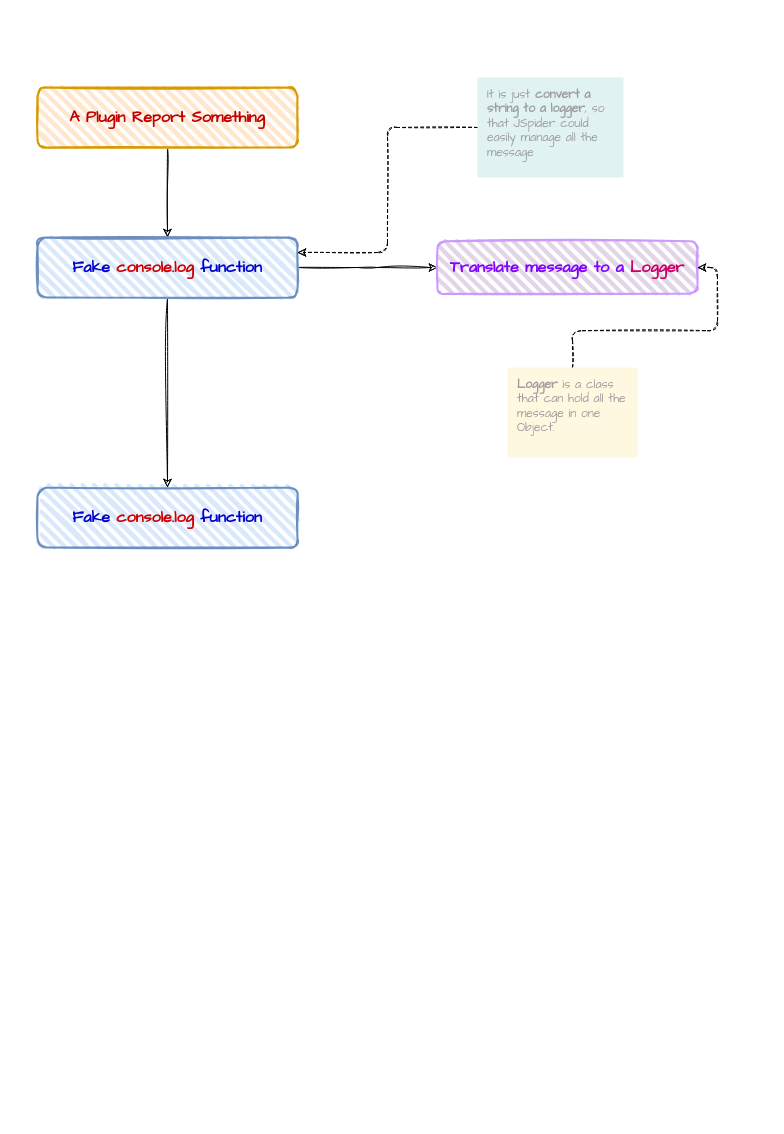
Earlier version of the draw.io diagram src/core/MessageSystem/MessageSystem.drawio (KonghaYao/jspider). Source tidied: cells renumbered, new cells numbered last; positions are measured from the earlier drawing's top-left corner, leaving out a move shared by most shapes. Both pictures are drawn from the tidied source at 100%, with x=0, y=0 at pixel (37, 77).
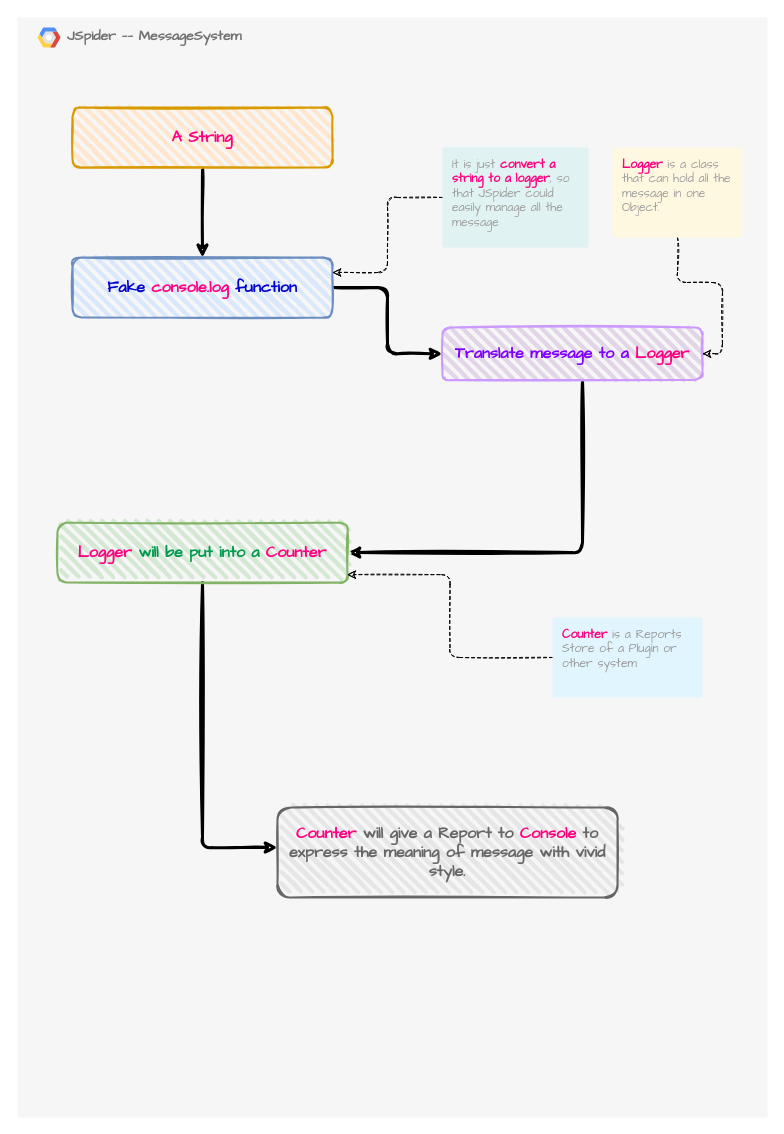
After the change.

Diff of the diagram source:
```diff
@@
+    <mxCell id="13" parent="0" />
+    <mxCell id="14" value="&lt;b&gt;JSpider —— MessageSystem&lt;/b&gt;" style="fillColor=#F6F6F6;strokeColor=none;shadow=0;gradientColor=none;fontSize=14;align=left;spacing=10;fontColor=#717171;9E9E9E;verticalAlign=top;spacingTop=-4;fontStyle=0;spacingLeft=40;html=1;fontFamily=Comic Sans MS;" parent="13" vertex="1">
+      <mxGeometry x="-20" y="-60" width="750" height="1100" as="geometry" />
+    </mxCell>
+    <mxCell id="15" style="shape=mxgraph.gcp2.google_cloud_platform;fillColor=#F6F6F6;strokeColor=none;shadow=0;gradientColor=none;" parent="14" vertex="1">
+      <mxGeometry width="23" height="20" relative="1" as="geometry">
+        <mxPoint x="20" y="10" as="offset" />
+      </mxGeometry>
+    </mxCell>
@@
-    <mxCell id="2" style="edgeStyle=orthogonalEdgeStyle;jettySize=auto;html=1;fontFamily=Comic Sans MS;fontSize=16;fontColor=#0000CC;rounded=1;sketch=1;" parent="1" edge="1" source="3" target="6">
+    <mxCell id="2" style="edgeStyle=orthogonalEdgeStyle;jettySize=auto;html=1;fontFamily=Comic Sans MS;fontSize=20;fontColor=#0000CC;rounded=1;sketch=1;fontStyle=0;strokeWidth=3;" parent="1" edge="1" source="3" target="6">
       <mxGeometry relative="1" as="geometry" />
     </mxCell>
-    <mxCell id="3" value="A Plugin Report Something" style="rounded=1;whiteSpace=wrap;html=1;strokeWidth=2;fillWeight=4;hachureGap=8;hachureAngle=45;fillColor=#ffe6cc;sketch=1;fontFamily=Comic Sans MS;fontStyle=1;fontSize=16;strokeColor=#d79b00;fontColor=#BF0000;spacingTop=0;" parent="1" vertex="1">
-      <mxGeometry y="10" width="260" height="60" as="geometry" />
+    <mxCell id="3" value="A String" style="rounded=1;whiteSpace=wrap;html=1;strokeWidth=2;fillWeight=4;hachureGap=8;hachureAngle=45;fillColor=#ffe6cc;sketch=1;fontFamily=Comic Sans MS;fontStyle=1;fontSize=16;strokeColor=#d79b00;spacingTop=0;fontColor=#FF0080;" parent="1" vertex="1">
+      <mxGeometry x="35" y="30" width="260" height="60" as="geometry" />
     </mxCell>
-    <mxCell id="4" style="edgeStyle=orthogonalEdgeStyle;jettySize=auto;html=1;fontFamily=Comic Sans MS;fontSize=16;fontColor=#CC00CC;entryX=0;entryY=0.5;entryDx=0;entryDy=0;rounded=1;sketch=1;" parent="1" edge="1" source="6" target="7">
+    <mxCell id="4" style="edgeStyle=orthogonalEdgeStyle;jettySize=auto;html=1;fontFamily=Comic Sans MS;fontSize=20;fontColor=#CC00CC;entryX=0;entryY=0.5;entryDx=0;entryDy=0;rounded=1;sketch=1;fontStyle=0;strokeWidth=3;" parent="1" edge="1" source="6" target="7">
       <mxGeometry relative="1" as="geometry" />
     </mxCell>
-    <mxCell id="5" style="edgeStyle=orthogonalEdgeStyle;rounded=1;sketch=1;jettySize=auto;html=1;fontFamily=Comic Sans MS;fontSize=16;fontColor=#CC0066;" parent="1" edge="1" source="6" target="12">
-      <mxGeometry relative="1" as="geometry" />
-    </mxCell>
-    <mxCell id="6" value="Fake&lt;font color=&quot;#cc0000&quot;&gt; console.log &lt;/font&gt;function" style="rounded=1;whiteSpace=wrap;html=1;strokeWidth=2;fillWeight=4;hachureGap=8;hachureAngle=45;fillColor=#dae8fc;sketch=1;fontFamily=Comic Sans MS;fontStyle=1;fontSize=16;strokeColor=#6c8ebf;fontColor=#0000CC;" parent="1" vertex="1">
-      <mxGeometry y="160" width="260" height="60" as="geometry" />
+    <mxCell id="6" value="Fake&lt;font color=&quot;#cc0000&quot;&gt; &lt;/font&gt;&lt;font color=&quot;#ff0080&quot;&gt;console.log&lt;/font&gt;&lt;font color=&quot;#cc0000&quot;&gt; &lt;/font&gt;function" style="rounded=1;whiteSpace=wrap;html=1;strokeWidth=2;fillWeight=4;hachureGap=8;hachureAngle=45;fillColor=#dae8fc;sketch=1;fontFamily=Comic Sans MS;fontStyle=1;fontSize=16;strokeColor=#6c8ebf;fontColor=#0000CC;" parent="1" vertex="1">
+      <mxGeometry x="35" y="180" width="260" height="60" as="geometry" />
     </mxCell>
+    <mxCell id="16" style="edgeStyle=orthogonalEdgeStyle;rounded=1;jettySize=auto;html=1;entryX=1;entryY=0.5;entryDx=0;entryDy=0;sketch=1;jumpStyle=arc;fontSize=20;fontStyle=0;strokeWidth=3;" parent="1" edge="1" source="7" target="12">
+      <mxGeometry relative="1" as="geometry">
+        <Array as="points">
+          <mxPoint x="545" y="475" />
+        </Array>
+      </mxGeometry>
+    </mxCell>
-    <mxCell id="7" value="Translate message to a &lt;font color=&quot;#cc0066&quot;&gt;Logger&lt;/font&gt;" style="rounded=1;whiteSpace=wrap;html=1;strokeWidth=2;fillWeight=4;hachureGap=8;hachureAngle=45;fillColor=#e1d5e7;sketch=1;fontFamily=Comic Sans MS;fontStyle=1;fontSize=16;strokeColor=#CC99FF;fontColor=#7F00FF;" parent="1" vertex="1">
-      <mxGeometry x="400" y="163.8" width="260" height="52.5" as="geometry" />
+    <mxCell id="7" value="Translate message to a &lt;font color=&quot;#ff0080&quot;&gt;Logger&lt;/font&gt;" style="rounded=1;whiteSpace=wrap;html=1;strokeWidth=2;fillWeight=4;hachureGap=8;hachureAngle=45;fillColor=#e1d5e7;sketch=1;fontFamily=Comic Sans MS;fontStyle=1;fontSize=16;strokeColor=#CC99FF;fontColor=#7F00FF;" parent="1" vertex="1">
+      <mxGeometry x="405" y="250" width="260" height="52.5" as="geometry" />
     </mxCell>
@@
-    <mxCell id="9" value="It is just &lt;b&gt;convert a string to a logger&lt;/b&gt;, so that JSpider could easily manage all the message" style="points=[[0,0,0],[0.25,0,0],[0.5,0,0],[0.75,0,0],[1,0,0],[1,0.25,0],[1,0.5,0],[1,0.75,0],[1,1,0],[0.75,1,0],[0.5,1,0],[0.25,1,0],[0,1,0],[0,0.75,0],[0,0.5,0],[0,0.25,0]];rounded=1;absoluteArcSize=1;arcSize=2;html=1;strokeColor=none;gradientColor=none;shadow=0;dashed=0;fontSize=12;fontColor=#9E9E9E;align=left;verticalAlign=top;spacing=10;spacingTop=-4;fillColor=#E0F2F1;fontFamily=Comic Sans MS;whiteSpace=wrap;" parent="1" vertex="1">
-      <mxGeometry x="440" width="146" height="100" as="geometry" />
+    <mxCell id="9" value="It is just &lt;b&gt;&lt;font color=&quot;#ff0080&quot;&gt;convert a string to a logger&lt;/font&gt;&lt;/b&gt;, so that JSpider could easily manage all the message" style="points=[[0,0,0],[0.25,0,0],[0.5,0,0],[0.75,0,0],[1,0,0],[1,0.25,0],[1,0.5,0],[1,0.75,0],[1,1,0],[0.75,1,0],[0.5,1,0],[0.25,1,0],[0,1,0],[0,0.75,0],[0,0.5,0],[0,0.25,0]];rounded=1;absoluteArcSize=1;arcSize=2;html=1;strokeColor=none;gradientColor=none;shadow=0;dashed=0;fontSize=12;fontColor=#9E9E9E;align=left;verticalAlign=top;spacing=10;spacingTop=-4;fillColor=#E0F2F1;fontFamily=Comic Sans MS;whiteSpace=wrap;" parent="1" vertex="1">
+      <mxGeometry x="405" y="70" width="146" height="100" as="geometry" />
     </mxCell>
@@
-    <mxCell id="11" value="&lt;b&gt;Logger&lt;/b&gt; is a class that can hold all the message in one Object." style="points=[[0,0,0],[0.25,0,0],[0.5,0,0],[0.75,0,0],[1,0,0],[1,0.25,0],[1,0.5,0],[1,0.75,0],[1,1,0],[0.75,1,0],[0.5,1,0],[0.25,1,0],[0,1,0],[0,0.75,0],[0,0.5,0],[0,0.25,0]];rounded=1;absoluteArcSize=1;arcSize=2;html=1;strokeColor=none;gradientColor=none;shadow=0;dashed=0;fontSize=12;fontColor=#9E9E9E;align=left;verticalAlign=top;spacing=10;spacingTop=-4;fillColor=#FFF8E1;fontFamily=Comic Sans MS;whiteSpace=wrap;" parent="1" vertex="1">
-      <mxGeometry x="470" y="290" width="130" height="90" as="geometry" />
+    <mxCell id="11" value="&lt;b&gt;&lt;font color=&quot;#ff0080&quot;&gt;Logger&lt;/font&gt;&lt;/b&gt; is a class that can hold all the message in one Object." style="points=[[0,0,0],[0.25,0,0],[0.5,0,0],[0.75,0,0],[1,0,0],[1,0.25,0],[1,0.5,0],[1,0.75,0],[1,1,0],[0.75,1,0],[0.5,1,0],[0.25,1,0],[0,1,0],[0,0.75,0],[0,0.5,0],[0,0.25,0]];rounded=1;absoluteArcSize=1;arcSize=2;html=1;strokeColor=none;gradientColor=none;shadow=0;dashed=0;fontSize=12;fontColor=#9E9E9E;align=left;verticalAlign=top;spacing=10;spacingTop=-4;fillColor=#FFF8E1;fontFamily=Comic Sans MS;whiteSpace=wrap;" parent="1" vertex="1">
+      <mxGeometry x="575" y="70" width="130" height="90" as="geometry" />
     </mxCell>
+    <mxCell id="17" style="edgeStyle=orthogonalEdgeStyle;rounded=1;sketch=1;jumpStyle=arc;jettySize=auto;html=1;fontFamily=Comic Sans MS;fontSize=20;fontColor=#FF0080;strokeWidth=3;" parent="1" edge="1" source="12" target="20">
+      <mxGeometry relative="1" as="geometry">
+        <Array as="points">
+          <mxPoint x="165" y="770" />
+        </Array>
+      </mxGeometry>
+    </mxCell>
-    <mxCell id="12" value="Fake&lt;font color=&quot;#cc0000&quot;&gt; console.log &lt;/font&gt;function" style="rounded=1;whiteSpace=wrap;html=1;strokeWidth=2;fillWeight=4;hachureGap=8;hachureAngle=45;fillColor=#dae8fc;sketch=1;fontFamily=Comic Sans MS;fontStyle=1;fontSize=16;strokeColor=#6c8ebf;fontColor=#0000CC;" parent="1" vertex="1">
-      <mxGeometry y="410" width="260" height="60" as="geometry" />
+    <mxCell id="12" value="&lt;font color=&quot;#ff0080&quot;&gt;Logger&lt;/font&gt; will be put into a &lt;font color=&quot;#ff0080&quot;&gt;Counter&lt;/font&gt;" style="rounded=1;whiteSpace=wrap;html=1;strokeWidth=2;fillWeight=4;hachureGap=8;hachureAngle=45;sketch=1;fontFamily=Comic Sans MS;fontStyle=1;fontSize=16;strokeColor=#82b366;fillColor=#d5e8d4;fontColor=#00994D;" parent="1" vertex="1">
+      <mxGeometry x="20" y="445" width="290" height="60" as="geometry" />
     </mxCell>
+    <mxCell id="18" style="edgeStyle=orthogonalEdgeStyle;rounded=1;sketch=1;jumpStyle=arc;jettySize=auto;html=1;entryX=0.999;entryY=0.869;entryDx=0;entryDy=0;entryPerimeter=0;dashed=1;fontFamily=Comic Sans MS;fontColor=#FF0080;" parent="1" edge="1" source="19" target="12">
+      <mxGeometry relative="1" as="geometry" />
+    </mxCell>
+    <mxCell id="19" value="&lt;font color=&quot;#ff0080&quot; style=&quot;font-weight: bold&quot;&gt;Counter &lt;/font&gt;&lt;font color=&quot;#999999&quot;&gt;is a Reports Store of a Plugin or other system&lt;b&gt;&amp;nbsp;&lt;/b&gt;&lt;/font&gt;" style="points=[[0,0,0],[0.25,0,0],[0.5,0,0],[0.75,0,0],[1,0,0],[1,0.25,0],[1,0.5,0],[1,0.75,0],[1,1,0],[0.75,1,0],[0.5,1,0],[0.25,1,0],[0,1,0],[0,0.75,0],[0,0.5,0],[0,0.25,0]];rounded=1;absoluteArcSize=1;arcSize=2;html=1;strokeColor=none;gradientColor=none;shadow=0;dashed=0;fontSize=12;fontColor=#9E9E9E;align=left;verticalAlign=top;spacing=10;spacingTop=-4;fillColor=#E1F5FE;fontFamily=Comic Sans MS;whiteSpace=wrap;" parent="1" vertex="1">
+      <mxGeometry x="515" y="540" width="150" height="80" as="geometry" />
+    </mxCell>
+    <mxCell id="20" value="&lt;font color=&quot;#ff0080&quot;&gt;Counter &lt;/font&gt;&lt;font color=&quot;#666666&quot;&gt;will give a Report to &lt;/font&gt;&lt;font color=&quot;#ff0080&quot;&gt;Console&lt;/font&gt;&lt;font color=&quot;#666666&quot;&gt; to express the meaning of message with vivid style.&lt;/font&gt;" style="rounded=1;whiteSpace=wrap;html=1;strokeWidth=2;fillWeight=4;hachureGap=8;hachureAngle=45;sketch=1;fontFamily=Comic Sans MS;fontStyle=1;fontSize=16;strokeColor=#666666;fontColor=#333333;fillColor=#E6E6E6;" parent="1" vertex="1">
+      <mxGeometry x="240" y="730" width="340" height="90" as="geometry" />
+    </mxCell>
```
